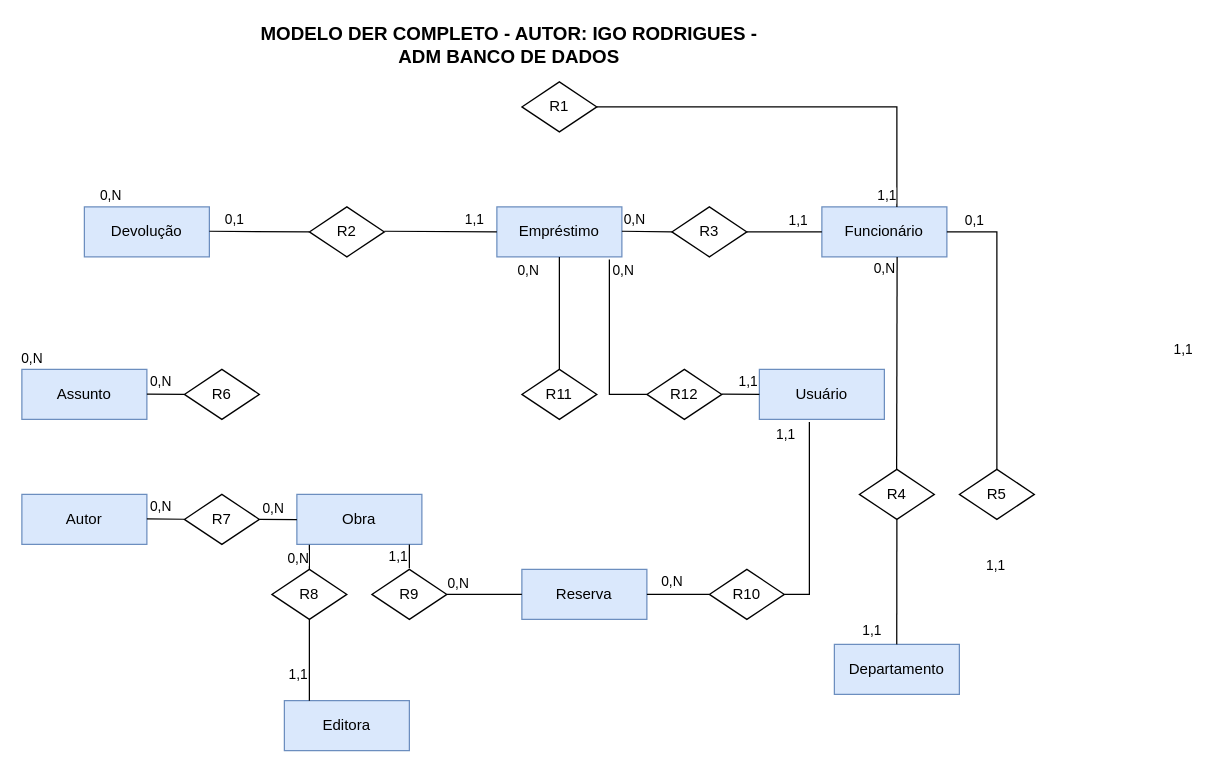
Earlier version of the draw.io diagram 01_MODELO_DER_COMPLETO_IGORC.drawio (igopotypi/IGORARTES). Source tidied: cells renumbered, new cells numbered last; positions are measured from the earlier drawing's top-left corner, leaving out a move shared by most shapes. Both pictures are drawn from the tidied source at 125%, with x=0, y=0 at pixel (21, 31).
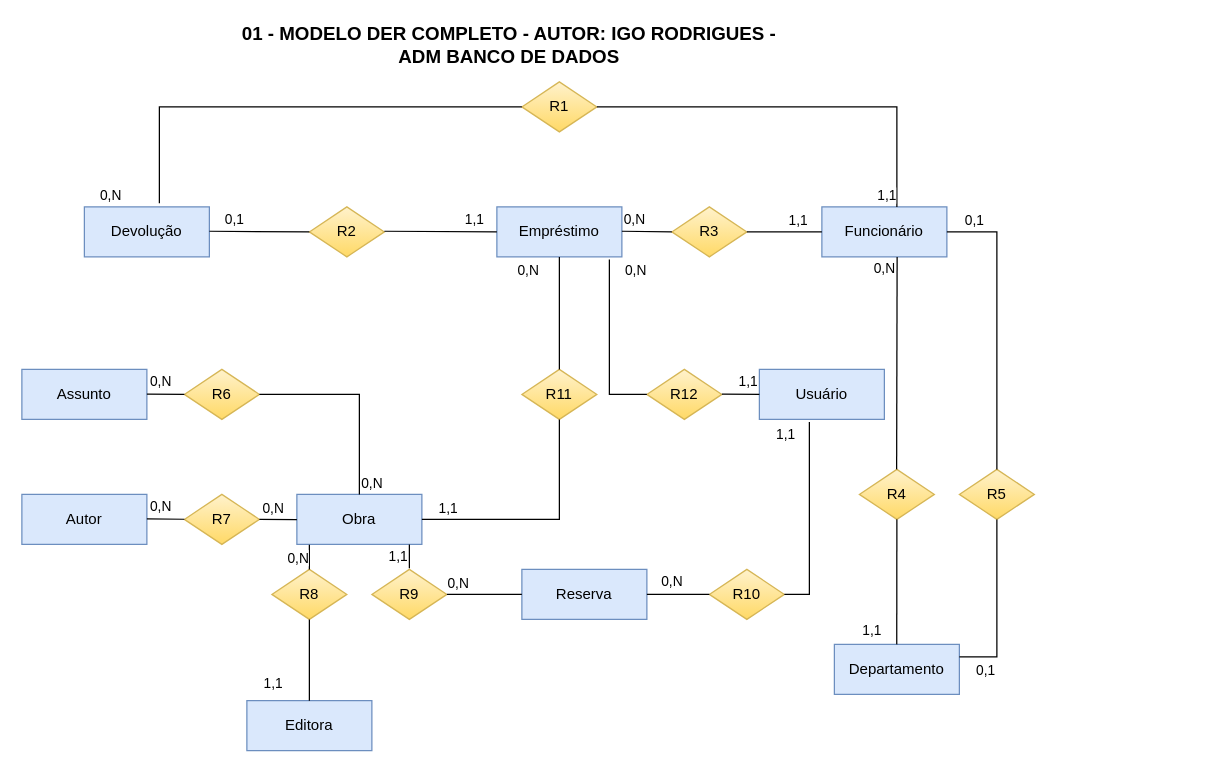
Above is the later version.

The change refers to these unchanged cells:
```xml
<mxCell id="2" value="Obra" style="whiteSpace=wrap;html=1;align=center;fillColor=#dae8fc;strokeColor=#6c8ebf;" parent="1" vertex="1">
  <mxGeometry x="220" y="370" width="100" height="40" as="geometry" />
</mxCell>
<mxCell id="9" value="Departamento" style="whiteSpace=wrap;html=1;align=center;fillColor=#dae8fc;strokeColor=#6c8ebf;" parent="1" vertex="1">
  <mxGeometry x="650" y="490" width="100" height="40" as="geometry" />
</mxCell>
<mxCell id="30" style="endArrow=none;html=1;rounded=0;" parent="1" edge="1">
  <mxGeometry relative="1" as="geometry">
    <mxPoint x="480" y="159.5" as="sourcePoint" />
    <mxPoint x="520" y="160" as="targetPoint" />
  </mxGeometry>
</mxCell>
<mxCell id="37" style="endArrow=none;html=1;rounded=0;exitX=0.5;exitY=1;exitDx=0;exitDy=0;" parent="1" edge="1" source="5" target="16">
  <mxGeometry relative="1" as="geometry" />
</mxCell>
<mxCell id="39" style="endArrow=none;html=1;rounded=0;" parent="1" edge="1">
  <mxGeometry relative="1" as="geometry">
    <mxPoint x="100" y="289.8" as="sourcePoint" />
    <mxPoint x="130" y="290" as="targetPoint" />
  </mxGeometry>
</mxCell>
<mxCell id="50" style="endArrow=none;html=1;rounded=0;entryX=0.5;entryY=1;entryDx=0;entryDy=0;" parent="1" edge="1" target="21">
  <mxGeometry relative="1" as="geometry">
    <mxPoint x="230" y="535" as="sourcePoint" />
  </mxGeometry>
</mxCell>
<mxCell id="63" style="endArrow=none;html=1;rounded=0;entryX=0.5;entryY=0;entryDx=0;entryDy=0;" parent="1" edge="1" target="19">
  <mxGeometry relative="1" as="geometry">
    <mxPoint x="740" y="160" as="sourcePoint" />
    <Array as="points">
      <mxPoint x="780" y="160" />
    </Array>
  </mxGeometry>
</mxCell>
<mxCell id="67" style="endArrow=none;html=1;rounded=0;entryX=1;entryY=0.5;entryDx=0;entryDy=0;" parent="1" edge="1" target="20">
  <mxGeometry relative="1" as="geometry">
    <mxPoint x="630" y="312" as="sourcePoint" />
    <Array as="points">
      <mxPoint x="630" y="450" />
    </Array>
  </mxGeometry>
</mxCell>
```

Change to the diagram source:
```diff
@@
     <mxCell id="4" value="Editora" style="whiteSpace=wrap;html=1;align=center;fillColor=#dae8fc;strokeColor=#6c8ebf;" parent="1" vertex="1">
-      <mxGeometry x="210" y="535" width="100" height="40" as="geometry" />
+      <mxGeometry x="180" y="535" width="100" height="40" as="geometry" />
     </mxCell>
@@
-    <mxCell id="12" value="MODELO DER COMPLETO - AUTOR: IGO RODRIGUES - &lt;br&gt;ADM BANCO DE DADOS" style="text;html=1;strokeColor=none;fillColor=none;align=center;verticalAlign=middle;whiteSpace=wrap;rounded=0;fontStyle=1;fontSize=15;" parent="1" vertex="1">
+    <mxCell id="12" value="01 - MODELO DER COMPLETO - AUTOR: IGO RODRIGUES - &lt;br&gt;ADM BANCO DE DADOS" style="text;html=1;strokeColor=none;fillColor=none;align=center;verticalAlign=middle;whiteSpace=wrap;rounded=0;fontStyle=1;fontSize=15;" parent="1" vertex="1">
       <mxGeometry x="130" width="520" height="20" as="geometry" />
     </mxCell>
-    <mxCell id="13" value="R2" style="shape=rhombus;perimeter=rhombusPerimeter;whiteSpace=wrap;html=1;align=center;" parent="1" vertex="1">
+    <mxCell id="13" value="R2" style="shape=rhombus;perimeter=rhombusPerimeter;whiteSpace=wrap;html=1;align=center;strokeColor=#d6b656;fillColor=#fff2cc;gradientColor=#ffd966;" parent="1" vertex="1">
       <mxGeometry x="230" y="140" width="60" height="40" as="geometry" />
     </mxCell>
-    <mxCell id="14" value="R7" style="shape=rhombus;perimeter=rhombusPerimeter;whiteSpace=wrap;html=1;align=center;" parent="1" vertex="1">
+    <mxCell id="14" value="R7" style="shape=rhombus;perimeter=rhombusPerimeter;whiteSpace=wrap;html=1;align=center;fillColor=#fff2cc;strokeColor=#d6b656;gradientColor=#ffd966;" parent="1" vertex="1">
       <mxGeometry x="130" y="370" width="60" height="40" as="geometry" />
     </mxCell>
-    <mxCell id="15" value="R6" style="shape=rhombus;perimeter=rhombusPerimeter;whiteSpace=wrap;html=1;align=center;" parent="1" vertex="1">
+    <mxCell id="15" value="R6" style="shape=rhombus;perimeter=rhombusPerimeter;whiteSpace=wrap;html=1;align=center;fillColor=#fff2cc;strokeColor=#d6b656;gradientColor=#ffd966;" parent="1" vertex="1">
       <mxGeometry x="130" y="270" width="60" height="40" as="geometry" />
     </mxCell>
-    <mxCell id="16" value="R11" style="shape=rhombus;perimeter=rhombusPerimeter;whiteSpace=wrap;html=1;align=center;" parent="1" vertex="1">
+    <mxCell id="16" value="R11" style="shape=rhombus;perimeter=rhombusPerimeter;whiteSpace=wrap;html=1;align=center;strokeColor=#d6b656;fillColor=#fff2cc;gradientColor=#ffd966;" parent="1" vertex="1">
       <mxGeometry x="400" y="270" width="60" height="40" as="geometry" />
     </mxCell>
-    <mxCell id="17" value="R12" style="shape=rhombus;perimeter=rhombusPerimeter;whiteSpace=wrap;html=1;align=center;" parent="1" vertex="1">
+    <mxCell id="17" value="R12" style="shape=rhombus;perimeter=rhombusPerimeter;whiteSpace=wrap;html=1;align=center;strokeColor=#d6b656;fillColor=#fff2cc;gradientColor=#ffd966;" parent="1" vertex="1">
       <mxGeometry x="500" y="270" width="60" height="40" as="geometry" />
     </mxCell>
-    <mxCell id="18" value="R4" style="shape=rhombus;perimeter=rhombusPerimeter;whiteSpace=wrap;html=1;align=center;" parent="1" vertex="1">
+    <mxCell id="18" value="R4" style="shape=rhombus;perimeter=rhombusPerimeter;whiteSpace=wrap;html=1;align=center;fillColor=#fff2cc;strokeColor=#d6b656;gradientColor=#ffd966;" parent="1" vertex="1">
       <mxGeometry x="670" y="350" width="60" height="40" as="geometry" />
     </mxCell>
-    <mxCell id="19" value="R5" style="shape=rhombus;perimeter=rhombusPerimeter;whiteSpace=wrap;html=1;align=center;" parent="1" vertex="1">
+    <mxCell id="19" value="R5" style="shape=rhombus;perimeter=rhombusPerimeter;whiteSpace=wrap;html=1;align=center;strokeColor=#d6b656;fillColor=#fff2cc;gradientColor=#ffd966;" parent="1" vertex="1">
       <mxGeometry x="750" y="350" width="60" height="40" as="geometry" />
     </mxCell>
-    <mxCell id="20" value="R10" style="shape=rhombus;perimeter=rhombusPerimeter;whiteSpace=wrap;html=1;align=center;" parent="1" vertex="1">
+    <mxCell id="20" value="R10" style="shape=rhombus;perimeter=rhombusPerimeter;whiteSpace=wrap;html=1;align=center;fillColor=#fff2cc;strokeColor=#d6b656;gradientColor=#ffd966;" parent="1" vertex="1">
       <mxGeometry x="550" y="430" width="60" height="40" as="geometry" />
     </mxCell>
-    <mxCell id="21" value="R8" style="shape=rhombus;perimeter=rhombusPerimeter;whiteSpace=wrap;html=1;align=center;" parent="1" vertex="1">
+    <mxCell id="21" value="R8" style="shape=rhombus;perimeter=rhombusPerimeter;whiteSpace=wrap;html=1;align=center;fillColor=#fff2cc;strokeColor=#d6b656;gradientColor=#ffd966;" parent="1" vertex="1">
       <mxGeometry x="200" y="430" width="60" height="40" as="geometry" />
     </mxCell>
-    <mxCell id="22" value="R9" style="shape=rhombus;perimeter=rhombusPerimeter;whiteSpace=wrap;html=1;align=center;" parent="1" vertex="1">
+    <mxCell id="22" value="R9" style="shape=rhombus;perimeter=rhombusPerimeter;whiteSpace=wrap;html=1;align=center;fillColor=#fff2cc;strokeColor=#d6b656;gradientColor=#ffd966;" parent="1" vertex="1">
       <mxGeometry x="280" y="430" width="60" height="40" as="geometry" />
     </mxCell>
-    <mxCell id="23" value="R3" style="shape=rhombus;perimeter=rhombusPerimeter;whiteSpace=wrap;html=1;align=center;" parent="1" vertex="1">
+    <mxCell id="23" value="R3" style="shape=rhombus;perimeter=rhombusPerimeter;whiteSpace=wrap;html=1;align=center;strokeColor=#d6b656;fillColor=#fff2cc;gradientColor=#ffd966;" parent="1" vertex="1">
       <mxGeometry x="520" y="140" width="60" height="40" as="geometry" />
     </mxCell>
-    <mxCell id="24" value="R1" style="shape=rhombus;perimeter=rhombusPerimeter;whiteSpace=wrap;html=1;align=center;" parent="1" vertex="1">
+    <mxCell id="24" value="R1" style="shape=rhombus;perimeter=rhombusPerimeter;whiteSpace=wrap;html=1;align=center;strokeColor=#d6b656;fillColor=#fff2cc;gradientColor=#ffd966;" parent="1" vertex="1">
       <mxGeometry x="400" y="40" width="60" height="40" as="geometry" />
     </mxCell>
@@
     <mxCell id="32" value="0,N" style="edgeLabel;html=1;align=center;verticalAlign=middle;" parent="30" vertex="1">
       <mxGeometry x="-0.47" y="2" relative="1" as="geometry">
-        <mxPoint x="-10.3" y="32.4" as="offset" />
+        <mxPoint x="-0.3" y="32.4" as="offset" />
       </mxGeometry>
     </mxCell>
@@
+    <mxCell id="64" value="1,1" style="edgeLabel;html=1;align=center;verticalAlign=middle;" parent="37" vertex="1">
+      <mxGeometry x="-0.47" y="2" relative="1" as="geometry">
+        <mxPoint x="-92" y="176.6" as="offset" />
+      </mxGeometry>
+    </mxCell>
@@
-    <mxCell id="41" value="0,N" style="edgeLabel;html=1;align=center;verticalAlign=middle;" parent="39" vertex="1">
-      <mxGeometry x="-0.47" y="2" relative="1" as="geometry">
-        <mxPoint x="-101" y="-27.6" as="offset" />
-      </mxGeometry>
-    </mxCell>
@@
     <mxCell id="51" value="1,1" style="edgeLabel;html=1;align=center;verticalAlign=middle;" parent="50" vertex="1">
       <mxGeometry x="-0.47" y="2" relative="1" as="geometry">
-        <mxPoint x="-8" y="-4.2" as="offset" />
+        <mxPoint x="-28" y="2.1" as="offset" />
       </mxGeometry>
     </mxCell>
@@
-    <mxCell id="64" value="1,1" style="edgeLabel;html=1;align=center;verticalAlign=middle;" parent="63" vertex="1">
-      <mxGeometry x="-0.47" y="2" relative="1" as="geometry">
-        <mxPoint x="146" y="72" as="offset" />
-      </mxGeometry>
-    </mxCell>
@@
-    <mxCell id="68" value="1,1" style="edgeLabel;html=1;align=center;verticalAlign=middle;" parent="67" vertex="1">
+    <mxCell id="68" value="0,1" style="edgeLabel;html=1;align=center;verticalAlign=middle;" parent="67" vertex="1">
       <mxGeometry x="-0.47" y="2" relative="1" as="geometry">
-        <mxPoint x="146" y="72" as="offset" />
+        <mxPoint x="138" y="156.3" as="offset" />
       </mxGeometry>
     </mxCell>
+    <mxCell id="69" style="endArrow=none;html=1;rounded=0;entryX=1;entryY=0.5;entryDx=0;entryDy=0;exitX=0.5;exitY=1;exitDx=0;exitDy=0;" parent="1" edge="1" source="16" target="2">
+      <mxGeometry relative="1" as="geometry">
+        <Array as="points">
+          <mxPoint x="430" y="390" />
+        </Array>
+      </mxGeometry>
+    </mxCell>
+    <mxCell id="70" style="endArrow=none;html=1;rounded=0;exitX=1;exitY=0.5;exitDx=0;exitDy=0;entryX=0.5;entryY=0;entryDx=0;entryDy=0;" parent="1" edge="1" source="15" target="2">
+      <mxGeometry relative="1" as="geometry">
+        <Array as="points">
+          <mxPoint x="270" y="290" />
+        </Array>
+      </mxGeometry>
+    </mxCell>
+    <mxCell id="41" value="0,N" style="edgeLabel;html=1;align=center;verticalAlign=middle;" parent="70" vertex="1">
+      <mxGeometry x="-0.47" y="2" relative="1" as="geometry">
+        <mxPoint x="47.7" y="72" as="offset" />
+      </mxGeometry>
+    </mxCell>
+    <mxCell id="71" style="endArrow=none;html=1;rounded=0;exitX=0;exitY=0.5;exitDx=0;exitDy=0;" parent="1" edge="1" source="24">
+      <mxGeometry relative="1" as="geometry">
+        <mxPoint x="110" y="137" as="targetPoint" />
+        <Array as="points">
+          <mxPoint x="110" y="60" />
+        </Array>
+      </mxGeometry>
+    </mxCell>
+    <mxCell id="72" style="endArrow=none;html=1;rounded=0;entryX=1;entryY=0.25;entryDx=0;entryDy=0;exitX=0.5;exitY=1;exitDx=0;exitDy=0;" parent="1" edge="1" source="19" target="9">
+      <mxGeometry relative="1" as="geometry">
+        <Array as="points">
+          <mxPoint x="780" y="500" />
+        </Array>
+      </mxGeometry>
+    </mxCell>
```
